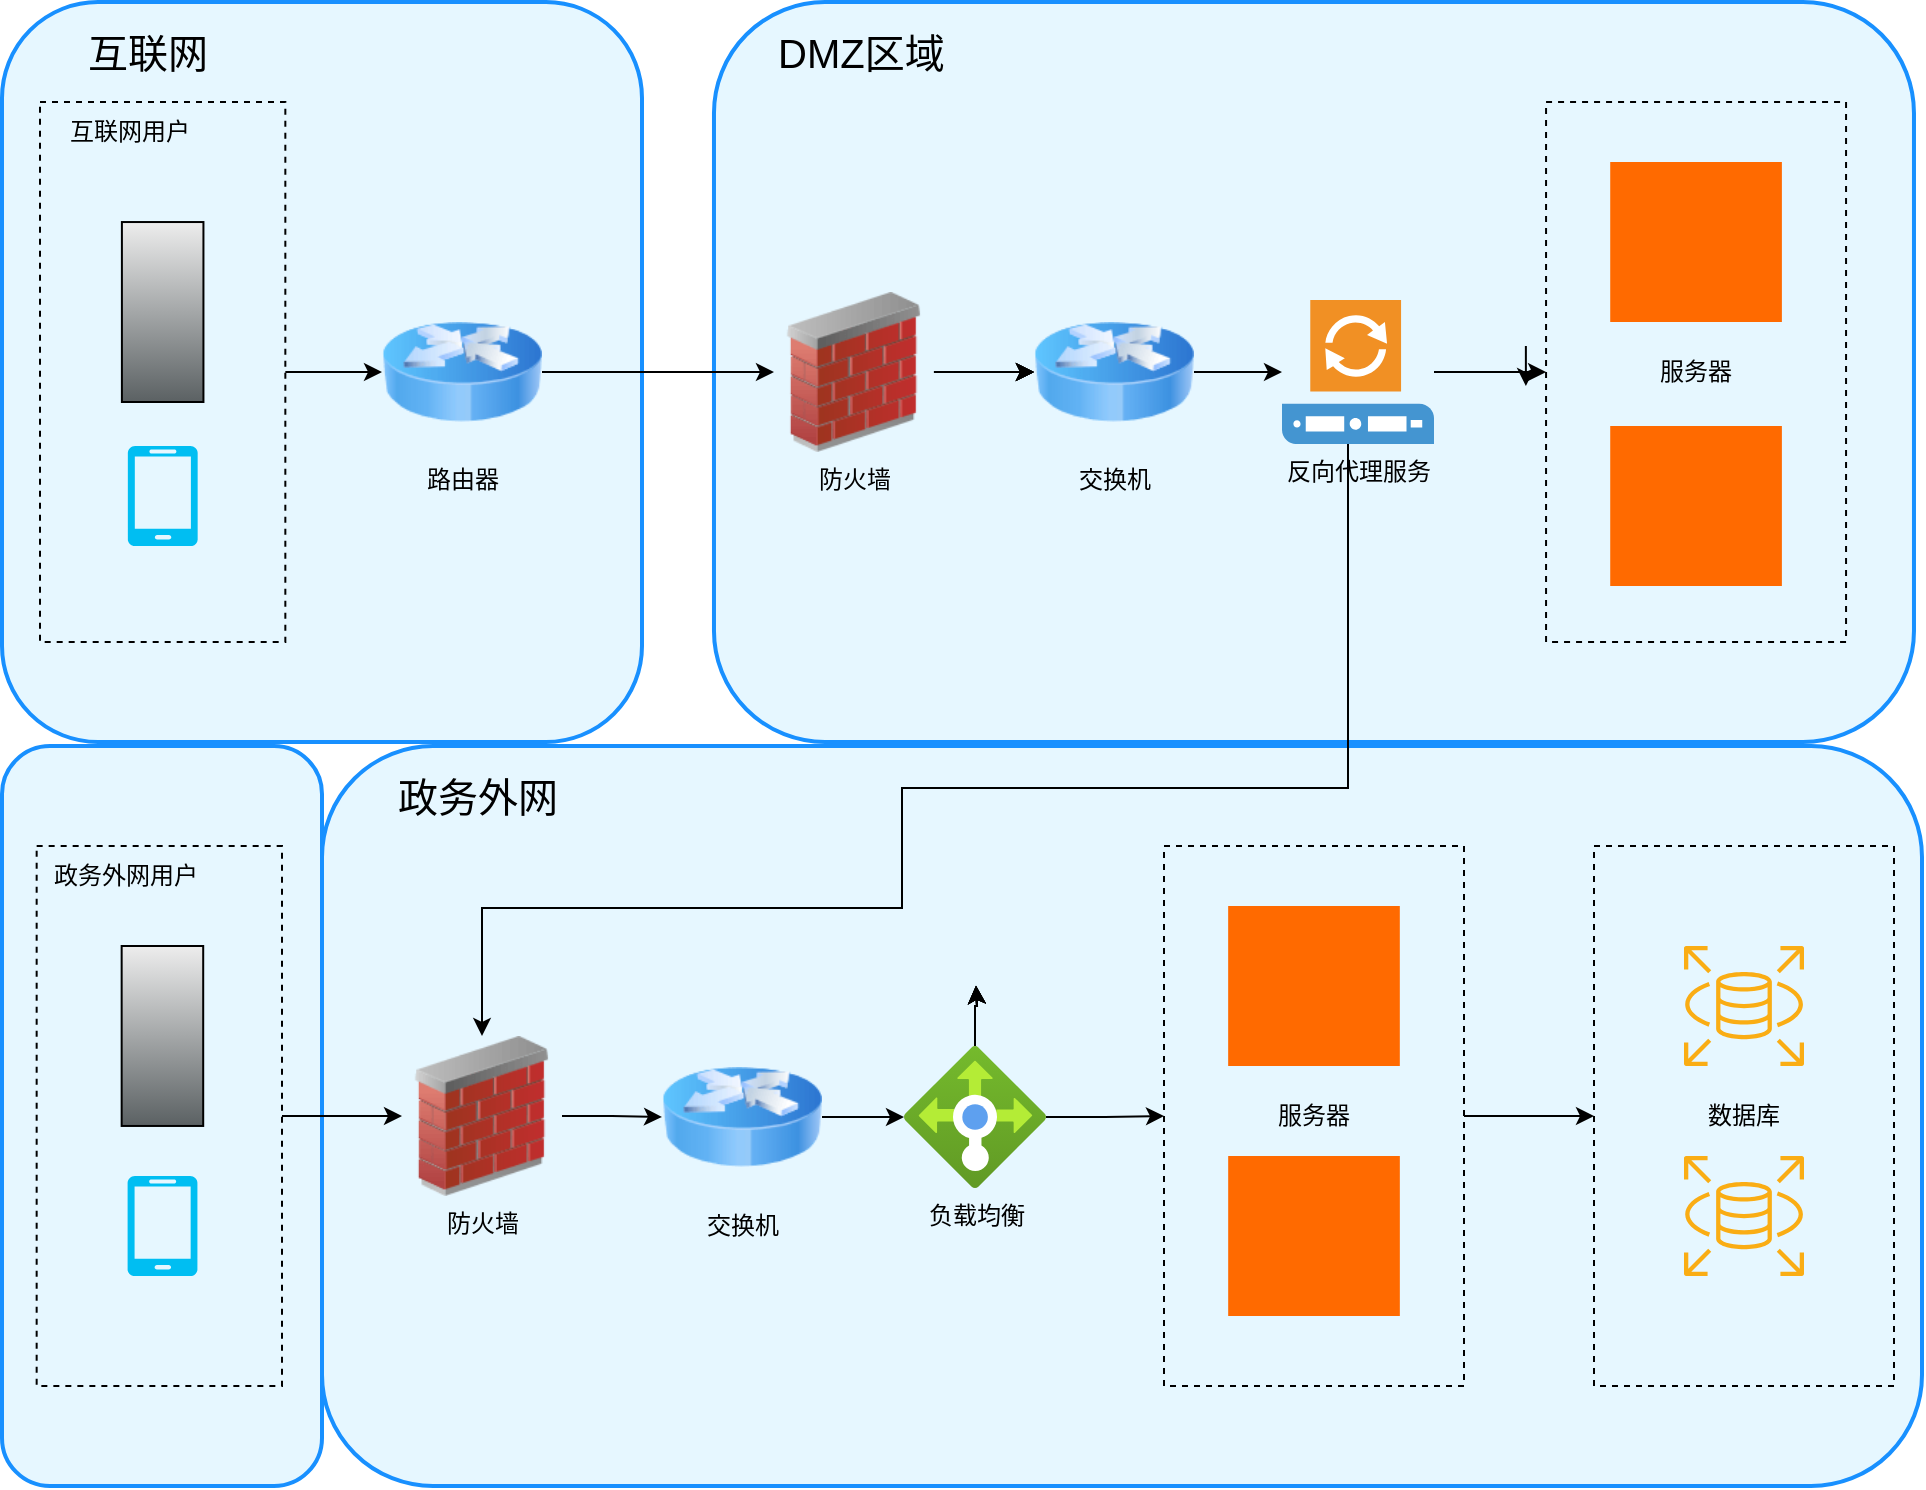
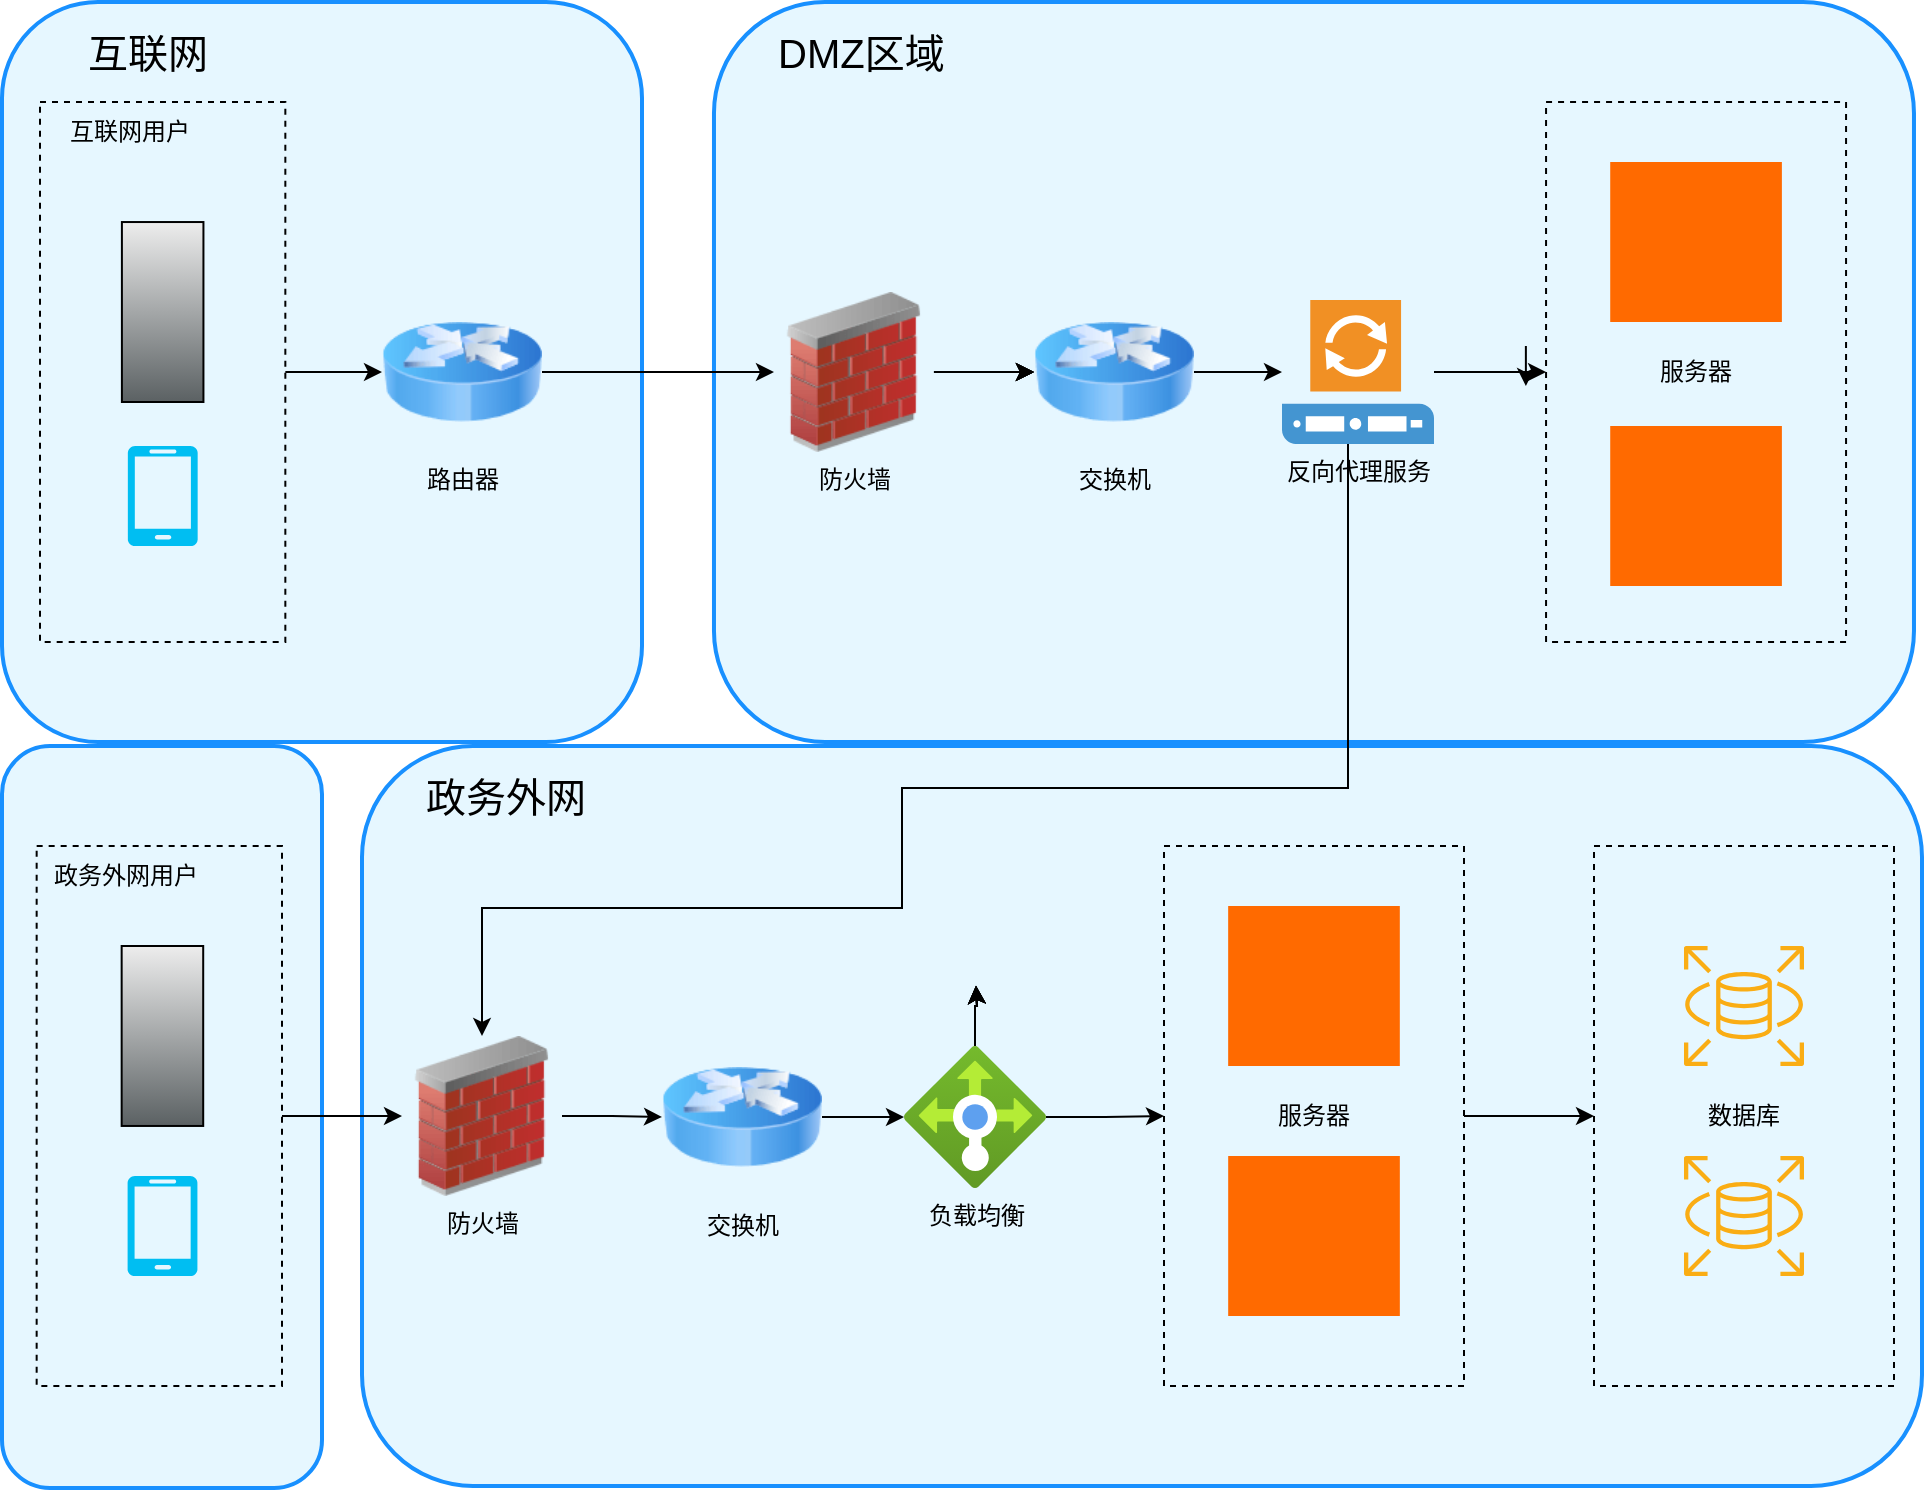
<mxfile host="app.diagrams.net">
  <diagram name="第 1 页" id="D2IiC31BuT-QvLHUgMJ5">
    <mxGraphModel dx="745" dy="2096" grid="1" gridSize="10" guides="1" tooltips="1" connect="1" arrows="1" fold="1" page="1" pageScale="1" pageWidth="827" pageHeight="1169" math="0" shadow="0">
      <root>
        <mxCell id="0" />
        <mxCell id="1" parent="0" />
        <mxCell id="P6Ce5vJbtA9BVtcRjQjT-128" parent="1" style="rounded=1;whiteSpace=wrap;html=1;fillColor=light-dark(#E6F7FF,#FFFFFF);strokeColor=#1890ff;strokeWidth=2;" value="" vertex="1">
-           <mxGeometry height="370" width="160" x="960" y="359" as="geometry" />
+           <mxGeometry height="371" width="160" x="960" y="359" as="geometry" />
        </mxCell>
        <mxCell id="P6Ce5vJbtA9BVtcRjQjT-61" parent="1" style="rounded=1;whiteSpace=wrap;html=1;fillColor=light-dark(#E6F7FF,#FFFFFF);strokeColor=#1890ff;strokeWidth=2;" value="" vertex="1">
-           <mxGeometry height="370" width="800" x="1120" y="359" as="geometry" />
+           <mxGeometry height="370" width="780" x="1140" y="359" as="geometry" />
        </mxCell>
        <mxCell id="P6Ce5vJbtA9BVtcRjQjT-62" edge="1" parent="1" source="P6Ce5vJbtA9BVtcRjQjT-63" style="edgeStyle=orthogonalEdgeStyle;rounded=0;orthogonalLoop=1;jettySize=auto;html=1;strokeColor=light-dark(#000000,#000000);" target="P6Ce5vJbtA9BVtcRjQjT-64">
          <mxGeometry relative="1" as="geometry" />
        </mxCell>
        <mxCell id="P6Ce5vJbtA9BVtcRjQjT-63" parent="1" style="rounded=0;whiteSpace=wrap;html=1;fillColor=none;strokeColor=light-dark(#000000,#000000);dashed=1;" value="&lt;font style=&quot;color: light-dark(rgb(0, 0, 0), rgb(0, 0, 0));&quot;&gt;服务器&lt;/font&gt;" vertex="1">
          <mxGeometry height="270" width="150" x="1541" y="409" as="geometry" />
        </mxCell>
        <mxCell id="P6Ce5vJbtA9BVtcRjQjT-64" parent="1" style="rounded=0;whiteSpace=wrap;html=1;fillColor=none;strokeColor=light-dark(#000000,#000000);dashed=1;" value="&lt;font style=&quot;color: light-dark(rgb(0, 0, 0), rgb(0, 0, 0));&quot;&gt;数据库&lt;/font&gt;" vertex="1">
          <mxGeometry height="270" width="150" x="1756" y="409" as="geometry" />
        </mxCell>
        <mxCell id="P6Ce5vJbtA9BVtcRjQjT-65" parent="1" style="shape=mxgraph.aws4.rds;html=1;strokeColor=#000000;fillColor=#faad14;" value="" vertex="1">
          <mxGeometry height="60" width="60" x="1801" y="459" as="geometry" />
        </mxCell>
        <mxCell id="P6Ce5vJbtA9BVtcRjQjT-66" parent="1" style="shape=mxgraph.aws4.rds;html=1;strokeColor=#000000;fillColor=#faad14;" value="" vertex="1">
          <mxGeometry height="60" width="60" x="1801" y="564" as="geometry" />
        </mxCell>
        <mxCell id="P6Ce5vJbtA9BVtcRjQjT-67" edge="1" parent="1" source="P6Ce5vJbtA9BVtcRjQjT-68" style="edgeStyle=orthogonalEdgeStyle;rounded=0;orthogonalLoop=1;jettySize=auto;html=1;entryX=0;entryY=0.5;entryDx=0;entryDy=0;strokeColor=light-dark(#000000,#000000);" target="P6Ce5vJbtA9BVtcRjQjT-73">
          <mxGeometry relative="1" as="geometry" />
        </mxCell>
        <mxCell id="P6Ce5vJbtA9BVtcRjQjT-68" parent="1" style="rounded=0;whiteSpace=wrap;html=1;fillColor=none;strokeColor=light-dark(#000000,#000000);dashed=1;" value="" vertex="1">
          <mxGeometry height="270" width="122.67" x="977.3299999999999" y="409" as="geometry" />
        </mxCell>
        <mxCell id="P6Ce5vJbtA9BVtcRjQjT-69" parent="1" style="shape=mxgraph.networks2.icon;aspect=fixed;fillColor=#EDEDED;strokeColor=#000000;gradientColor=#5B6163;network2IconShadow=1;network2bgFillColor=none;labelPosition=center;verticalLabelPosition=bottom;align=center;verticalAlign=top;network2Icon=mxgraph.networks2.desktop_pc;network2IconXOffset=-0.0034;network2IconYOffset=0.00035;network2IconW=0.453;network2IconH=0.9995;" value="" vertex="1">
          <mxGeometry height="89.98" width="40.77" x="1019.8299999999999" y="459" as="geometry" />
        </mxCell>
        <mxCell id="P6Ce5vJbtA9BVtcRjQjT-70" parent="1" style="text;html=1;whiteSpace=wrap;strokeColor=none;fillColor=none;align=left;verticalAlign=middle;rounded=0;fontSize=20;fontColor=light-dark(#000000,#000000);" value="政务外网" vertex="1">
-           <mxGeometry height="50" width="170" x="1156" y="359" as="geometry" />
+           <mxGeometry height="50" width="170" x="1170" y="359" as="geometry" />
        </mxCell>
        <mxCell id="P6Ce5vJbtA9BVtcRjQjT-71" parent="1" style="text;html=1;whiteSpace=wrap;strokeColor=none;fillColor=none;align=center;verticalAlign=middle;rounded=0;fontColor=light-dark(#000000,#000000);" value="政务外网用户" vertex="1">
          <mxGeometry height="30" width="90" x="977.33" y="409" as="geometry" />
        </mxCell>
        <mxCell id="P6Ce5vJbtA9BVtcRjQjT-90" edge="1" parent="1" source="P6Ce5vJbtA9BVtcRjQjT-73" style="edgeStyle=orthogonalEdgeStyle;rounded=0;orthogonalLoop=1;jettySize=auto;html=1;entryX=0;entryY=0.5;entryDx=0;entryDy=0;strokeColor=light-dark(#000000,#000000);" target="P6Ce5vJbtA9BVtcRjQjT-89">
          <mxGeometry relative="1" as="geometry" />
        </mxCell>
        <mxCell id="P6Ce5vJbtA9BVtcRjQjT-73" parent="1" style="image;html=1;image=img/lib/clip_art/networking/Firewall_02_128x128.png;labelBackgroundColor=none;" value="&lt;span style=&quot;&quot;&gt;&lt;font style=&quot;color: light-dark(rgb(0, 0, 0), rgb(0, 0, 0));&quot;&gt;防火墙&lt;/font&gt;&lt;/span&gt;" vertex="1">
          <mxGeometry height="80" width="80" x="1160" y="504" as="geometry" />
        </mxCell>
        <mxCell id="P6Ce5vJbtA9BVtcRjQjT-74" edge="1" parent="1" source="P6Ce5vJbtA9BVtcRjQjT-75" style="edgeStyle=orthogonalEdgeStyle;rounded=0;orthogonalLoop=1;jettySize=auto;html=1;entryX=0;entryY=0.5;entryDx=0;entryDy=0;strokeColor=light-dark(#000000,#000000);" target="P6Ce5vJbtA9BVtcRjQjT-63">
          <mxGeometry relative="1" as="geometry" />
        </mxCell>
        <mxCell id="P6Ce5vJbtA9BVtcRjQjT-80" edge="1" parent="1" source="P6Ce5vJbtA9BVtcRjQjT-75" style="edgeStyle=orthogonalEdgeStyle;rounded=0;orthogonalLoop=1;jettySize=auto;html=1;">
          <mxGeometry relative="1" as="geometry">
            <mxPoint x="1447" y="478.88956535932493" as="targetPoint" />
          </mxGeometry>
        </mxCell>
        <mxCell id="P6Ce5vJbtA9BVtcRjQjT-81" edge="1" parent="1" source="P6Ce5vJbtA9BVtcRjQjT-75" style="edgeStyle=orthogonalEdgeStyle;rounded=0;orthogonalLoop=1;jettySize=auto;html=1;">
          <mxGeometry relative="1" as="geometry">
            <mxPoint x="1447" y="478.88956535932493" as="targetPoint" />
          </mxGeometry>
        </mxCell>
        <mxCell id="P6Ce5vJbtA9BVtcRjQjT-82" edge="1" parent="1" source="P6Ce5vJbtA9BVtcRjQjT-75" style="edgeStyle=orthogonalEdgeStyle;rounded=0;orthogonalLoop=1;jettySize=auto;html=1;">
          <mxGeometry relative="1" as="geometry">
            <mxPoint x="1447" y="478.88956535932493" as="targetPoint" />
          </mxGeometry>
        </mxCell>
        <mxCell id="P6Ce5vJbtA9BVtcRjQjT-83" edge="1" parent="1" source="P6Ce5vJbtA9BVtcRjQjT-75" style="edgeStyle=orthogonalEdgeStyle;rounded=0;orthogonalLoop=1;jettySize=auto;html=1;">
          <mxGeometry relative="1" as="geometry">
            <mxPoint x="1447" y="478.88956535932493" as="targetPoint" />
          </mxGeometry>
        </mxCell>
        <mxCell id="P6Ce5vJbtA9BVtcRjQjT-86" edge="1" parent="1" source="P6Ce5vJbtA9BVtcRjQjT-75" style="edgeStyle=orthogonalEdgeStyle;rounded=0;orthogonalLoop=1;jettySize=auto;html=1;">
          <mxGeometry relative="1" as="geometry">
            <mxPoint x="1447" y="478.88956535932493" as="targetPoint" />
          </mxGeometry>
        </mxCell>
        <mxCell id="P6Ce5vJbtA9BVtcRjQjT-75" parent="1" style="image;aspect=fixed;html=1;points=[];align=center;fontSize=12;image=img/lib/azure2/networking/Load_Balancers.svg;fontColor=light-dark(#000000,#000000);labelBackgroundColor=none;" value="&lt;span style=&quot;&quot;&gt;负载&lt;/span&gt;&lt;span&gt;均衡&lt;/span&gt;" vertex="1">
          <mxGeometry height="71" width="71" x="1411" y="509" as="geometry" />
        </mxCell>
        <mxCell id="P6Ce5vJbtA9BVtcRjQjT-76" parent="1" style="points=[];aspect=fixed;html=1;align=center;shadow=0;dashed=0;fillColor=#FF6A00;strokeColor=none;shape=mxgraph.alibaba_cloud.ecs_elastic_compute_service;" value="" vertex="1">
          <mxGeometry height="80" width="85.83" x="1573.08" y="439" as="geometry" />
        </mxCell>
        <mxCell id="P6Ce5vJbtA9BVtcRjQjT-77" parent="1" style="points=[];aspect=fixed;html=1;align=center;shadow=0;dashed=0;fillColor=#FF6A00;strokeColor=none;shape=mxgraph.alibaba_cloud.ecs_elastic_compute_service;" value="" vertex="1">
          <mxGeometry height="80" width="85.83" x="1573.0900000000001" y="564" as="geometry" />
        </mxCell>
        <mxCell id="P6Ce5vJbtA9BVtcRjQjT-78" parent="1" style="verticalLabelPosition=bottom;html=1;verticalAlign=top;align=center;strokeColor=none;fillColor=#00BEF2;shape=mxgraph.azure.mobile;pointerEvents=1;" value="" vertex="1">
          <mxGeometry height="50" width="35" x="1022.71" y="574" as="geometry" />
        </mxCell>
        <mxCell id="P6Ce5vJbtA9BVtcRjQjT-91" edge="1" parent="1" source="P6Ce5vJbtA9BVtcRjQjT-89" style="edgeStyle=orthogonalEdgeStyle;rounded=0;orthogonalLoop=1;jettySize=auto;html=1;strokeColor=light-dark(#000000,#000000);" target="P6Ce5vJbtA9BVtcRjQjT-75">
          <mxGeometry relative="1" as="geometry" />
        </mxCell>
        <mxCell id="P6Ce5vJbtA9BVtcRjQjT-89" parent="1" style="image;html=1;image=img/lib/clip_art/networking/Router_Icon_128x128.png;labelBackgroundColor=none;" value="&lt;font style=&quot;color: light-dark(rgb(0, 0, 0), rgb(0, 0, 0));&quot;&gt;交换机&lt;/font&gt;" vertex="1">
          <mxGeometry height="80" width="80" x="1290" y="504.5" as="geometry" />
        </mxCell>
        <mxCell id="P6Ce5vJbtA9BVtcRjQjT-92" parent="1" style="rounded=1;whiteSpace=wrap;html=1;fillColor=light-dark(#E6F7FF,#FFFFFF);strokeColor=#1890ff;strokeWidth=2;" value="" vertex="1">
          <mxGeometry height="370" width="600" x="1315.99" y="-13" as="geometry" />
        </mxCell>
        <mxCell id="P6Ce5vJbtA9BVtcRjQjT-93" parent="1" style="text;html=1;whiteSpace=wrap;strokeColor=none;fillColor=none;align=left;verticalAlign=middle;rounded=0;fontSize=20;fontColor=light-dark(#000000,#000000);" value="DMZ区域" vertex="1">
          <mxGeometry height="50" width="170" x="1345.99" y="-13" as="geometry" />
        </mxCell>
        <mxCell id="P6Ce5vJbtA9BVtcRjQjT-115" edge="1" parent="1" source="P6Ce5vJbtA9BVtcRjQjT-95" style="edgeStyle=orthogonalEdgeStyle;rounded=0;orthogonalLoop=1;jettySize=auto;html=1;entryX=0;entryY=0.5;entryDx=0;entryDy=0;fontColor=light-dark(#000000,#000000);" target="P6Ce5vJbtA9BVtcRjQjT-113">
          <mxGeometry relative="1" as="geometry" />
        </mxCell>
        <mxCell id="P6Ce5vJbtA9BVtcRjQjT-117" edge="1" parent="1" source="P6Ce5vJbtA9BVtcRjQjT-95" style="edgeStyle=orthogonalEdgeStyle;rounded=0;orthogonalLoop=1;jettySize=auto;html=1;entryX=0;entryY=0.5;entryDx=0;entryDy=0;fontColor=light-dark(#000000,#000000);" target="P6Ce5vJbtA9BVtcRjQjT-113">
          <mxGeometry relative="1" as="geometry" />
        </mxCell>
        <mxCell id="P6Ce5vJbtA9BVtcRjQjT-118" edge="1" parent="1" source="P6Ce5vJbtA9BVtcRjQjT-95" style="edgeStyle=orthogonalEdgeStyle;rounded=0;orthogonalLoop=1;jettySize=auto;html=1;entryX=0;entryY=0.5;entryDx=0;entryDy=0;" target="P6Ce5vJbtA9BVtcRjQjT-113">
          <mxGeometry relative="1" as="geometry" />
        </mxCell>
        <mxCell id="P6Ce5vJbtA9BVtcRjQjT-119" edge="1" parent="1" source="P6Ce5vJbtA9BVtcRjQjT-95" style="edgeStyle=orthogonalEdgeStyle;rounded=0;orthogonalLoop=1;jettySize=auto;html=1;" target="P6Ce5vJbtA9BVtcRjQjT-113" value="">
          <mxGeometry relative="1" as="geometry" />
        </mxCell>
        <mxCell id="P6Ce5vJbtA9BVtcRjQjT-120" edge="1" parent="1" source="P6Ce5vJbtA9BVtcRjQjT-95" style="edgeStyle=orthogonalEdgeStyle;rounded=0;orthogonalLoop=1;jettySize=auto;html=1;strokeColor=light-dark(#000000,#000000);" target="P6Ce5vJbtA9BVtcRjQjT-113">
          <mxGeometry relative="1" as="geometry" />
        </mxCell>
        <mxCell id="P6Ce5vJbtA9BVtcRjQjT-95" parent="1" style="image;html=1;image=img/lib/clip_art/networking/Firewall_02_128x128.png;labelBackgroundColor=none;" value="&lt;span style=&quot;&quot;&gt;&lt;font style=&quot;color: light-dark(rgb(0, 0, 0), rgb(0, 0, 0));&quot;&gt;防火墙&lt;/font&gt;&lt;/span&gt;" vertex="1">
          <mxGeometry height="80" width="80" x="1345.99" y="132" as="geometry" />
        </mxCell>
        <mxCell id="P6Ce5vJbtA9BVtcRjQjT-123" edge="1" parent="1" source="P6Ce5vJbtA9BVtcRjQjT-98" style="edgeStyle=orthogonalEdgeStyle;rounded=0;orthogonalLoop=1;jettySize=auto;html=1;entryX=0;entryY=0.5;entryDx=0;entryDy=0;strokeColor=light-dark(#000000,#000000);" target="P6Ce5vJbtA9BVtcRjQjT-109">
          <mxGeometry relative="1" as="geometry" />
        </mxCell>
        <mxCell id="P6Ce5vJbtA9BVtcRjQjT-127" edge="1" parent="1" source="P6Ce5vJbtA9BVtcRjQjT-98" style="edgeStyle=orthogonalEdgeStyle;rounded=0;orthogonalLoop=1;jettySize=auto;html=1;entryX=0.5;entryY=0;entryDx=0;entryDy=0;strokeColor=light-dark(#000000,#000000);" target="P6Ce5vJbtA9BVtcRjQjT-73">
          <mxGeometry relative="1" as="geometry">
            <Array as="points">
              <mxPoint x="1633" y="380" />
              <mxPoint x="1410" y="380" />
              <mxPoint x="1410" y="440" />
              <mxPoint x="1200" y="440" />
            </Array>
          </mxGeometry>
        </mxCell>
        <mxCell id="P6Ce5vJbtA9BVtcRjQjT-98" parent="1" style="shadow=0;dashed=0;html=1;strokeColor=none;fillColor=#4495D1;labelPosition=center;verticalLabelPosition=bottom;verticalAlign=top;align=center;outlineConnect=0;shape=mxgraph.veeam.proxy_server;fontColor=light-dark(#000000,#000000);" value="反向代理服务" vertex="1">
          <mxGeometry height="72" width="76" x="1600" y="136" as="geometry" />
        </mxCell>
        <mxCell id="P6Ce5vJbtA9BVtcRjQjT-100" parent="1" style="rounded=1;whiteSpace=wrap;html=1;fillColor=light-dark(#E6F7FF,#FFFFFF);strokeColor=#1890ff;strokeWidth=2;" value="" vertex="1">
          <mxGeometry height="370" width="320" x="960" y="-13" as="geometry" />
        </mxCell>
        <mxCell id="P6Ce5vJbtA9BVtcRjQjT-101" parent="1" style="text;html=1;whiteSpace=wrap;strokeColor=none;fillColor=none;align=left;verticalAlign=middle;rounded=0;fontSize=20;fontColor=light-dark(#000000,#000000);" value="互联网" vertex="1">
          <mxGeometry height="50" width="140" x="1001.1" y="-13" as="geometry" />
        </mxCell>
        <mxCell id="P6Ce5vJbtA9BVtcRjQjT-125" edge="1" parent="1" source="P6Ce5vJbtA9BVtcRjQjT-103" style="edgeStyle=orthogonalEdgeStyle;rounded=0;orthogonalLoop=1;jettySize=auto;html=1;exitX=1;exitY=0.5;exitDx=0;exitDy=0;entryX=0;entryY=0.5;entryDx=0;entryDy=0;strokeColor=light-dark(#000000,#000000);" target="P6Ce5vJbtA9BVtcRjQjT-124">
          <mxGeometry relative="1" as="geometry" />
        </mxCell>
        <mxCell id="P6Ce5vJbtA9BVtcRjQjT-103" parent="1" style="rounded=0;whiteSpace=wrap;html=1;fillColor=none;strokeColor=light-dark(#000000,#000000);dashed=1;" value="" vertex="1">
          <mxGeometry height="270" width="122.67" x="979" y="37" as="geometry" />
        </mxCell>
        <mxCell id="P6Ce5vJbtA9BVtcRjQjT-105" parent="1" style="shape=mxgraph.networks2.icon;aspect=fixed;fillColor=#EDEDED;strokeColor=#000000;gradientColor=#5B6163;network2IconShadow=1;network2bgFillColor=none;labelPosition=center;verticalLabelPosition=bottom;align=center;verticalAlign=top;network2Icon=mxgraph.networks2.desktop_pc;network2IconXOffset=-0.0034;network2IconYOffset=0.00035;network2IconW=0.453;network2IconH=0.9995;" value="" vertex="1">
          <mxGeometry height="89.98" width="40.77" x="1019.9499999999998" y="97.02000000000001" as="geometry" />
        </mxCell>
        <mxCell id="P6Ce5vJbtA9BVtcRjQjT-106" parent="1" style="verticalLabelPosition=bottom;html=1;verticalAlign=top;align=center;strokeColor=none;fillColor=#00BEF2;shape=mxgraph.azure.mobile;pointerEvents=1;" value="" vertex="1">
          <mxGeometry height="50" width="35" x="1022.8299999999999" y="209" as="geometry" />
        </mxCell>
        <mxCell id="P6Ce5vJbtA9BVtcRjQjT-107" parent="1" style="text;html=1;whiteSpace=wrap;strokeColor=none;fillColor=none;align=center;verticalAlign=middle;rounded=0;fontColor=light-dark(#000000,#000000);" value="互联网用户" vertex="1">
          <mxGeometry height="30" width="90" x="979" y="37" as="geometry" />
        </mxCell>
        <mxCell id="P6Ce5vJbtA9BVtcRjQjT-109" parent="1" style="rounded=0;whiteSpace=wrap;html=1;fillColor=none;strokeColor=light-dark(#000000,#000000);dashed=1;" value="&lt;font style=&quot;color: light-dark(rgb(0, 0, 0), rgb(0, 0, 0));&quot;&gt;服务器&lt;/font&gt;" vertex="1">
          <mxGeometry height="270" width="150" x="1732.03" y="37" as="geometry" />
        </mxCell>
        <mxCell id="P6Ce5vJbtA9BVtcRjQjT-110" parent="1" style="points=[];aspect=fixed;html=1;align=center;shadow=0;dashed=0;fillColor=#FF6A00;strokeColor=none;shape=mxgraph.alibaba_cloud.ecs_elastic_compute_service;" value="" vertex="1">
          <mxGeometry height="80" width="85.83" x="1764.11" y="67" as="geometry" />
        </mxCell>
        <mxCell id="P6Ce5vJbtA9BVtcRjQjT-112" parent="1" style="points=[];aspect=fixed;html=1;align=center;shadow=0;dashed=0;fillColor=#FF6A00;strokeColor=none;shape=mxgraph.alibaba_cloud.ecs_elastic_compute_service;" value="" vertex="1">
          <mxGeometry height="80" width="85.83" x="1764.11" y="199" as="geometry" />
        </mxCell>
        <mxCell id="P6Ce5vJbtA9BVtcRjQjT-121" edge="1" parent="1" source="P6Ce5vJbtA9BVtcRjQjT-113" style="edgeStyle=orthogonalEdgeStyle;rounded=0;orthogonalLoop=1;jettySize=auto;html=1;strokeColor=light-dark(#000000,#000000);" target="P6Ce5vJbtA9BVtcRjQjT-98">
          <mxGeometry relative="1" as="geometry" />
        </mxCell>
        <mxCell id="P6Ce5vJbtA9BVtcRjQjT-113" parent="1" style="image;html=1;image=img/lib/clip_art/networking/Router_Icon_128x128.png;labelBackgroundColor=none;" value="&lt;font style=&quot;color: light-dark(rgb(0, 0, 0), rgb(0, 0, 0));&quot;&gt;交换机&lt;/font&gt;" vertex="1">
          <mxGeometry height="80" width="80" x="1475.99" y="132" as="geometry" />
        </mxCell>
        <mxCell id="P6Ce5vJbtA9BVtcRjQjT-122" edge="1" parent="1" style="edgeStyle=orthogonalEdgeStyle;rounded=0;orthogonalLoop=1;jettySize=auto;html=1;">
          <mxGeometry relative="1" as="geometry">
            <mxPoint x="1721.94" y="159" as="sourcePoint" />
            <mxPoint x="1721.94" y="179" as="targetPoint" />
          </mxGeometry>
        </mxCell>
        <mxCell id="P6Ce5vJbtA9BVtcRjQjT-126" edge="1" parent="1" source="P6Ce5vJbtA9BVtcRjQjT-124" style="edgeStyle=orthogonalEdgeStyle;rounded=0;orthogonalLoop=1;jettySize=auto;html=1;entryX=0;entryY=0.5;entryDx=0;entryDy=0;strokeColor=light-dark(#000000,#000000);" target="P6Ce5vJbtA9BVtcRjQjT-95">
          <mxGeometry relative="1" as="geometry" />
        </mxCell>
        <mxCell id="P6Ce5vJbtA9BVtcRjQjT-124" parent="1" style="image;html=1;image=img/lib/clip_art/networking/Router_Icon_128x128.png;labelBackgroundColor=none;" value="&lt;font style=&quot;color: light-dark(rgb(0, 0, 0), rgb(0, 0, 0));&quot;&gt;路由器&lt;/font&gt;" vertex="1">
          <mxGeometry height="80" width="80" x="1150" y="132" as="geometry" />
        </mxCell>
      </root>
    </mxGraphModel>
  </diagram>
</mxfile>
